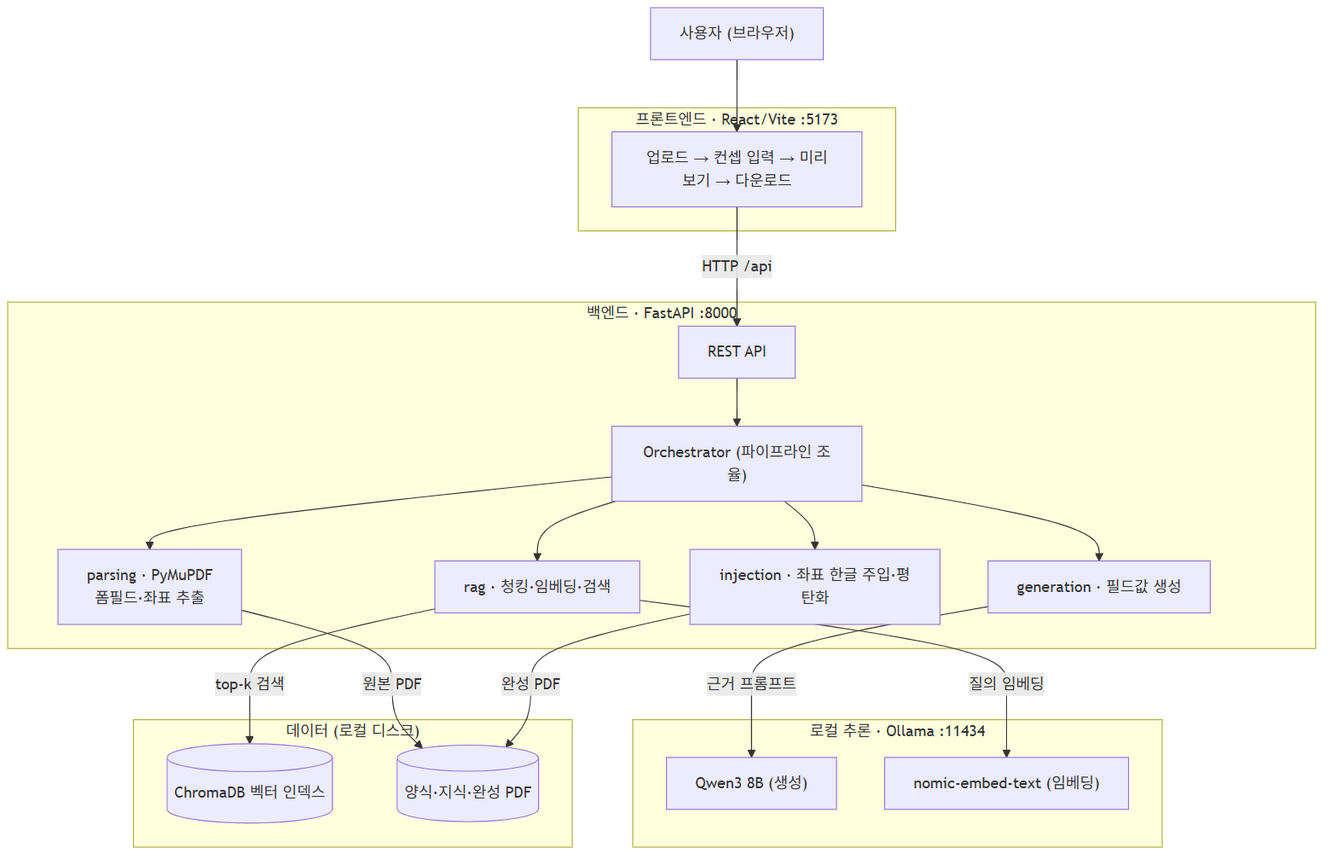
Earlier version of the Mermaid export docs/diagrams/01_architecture.png (car216999/PDF_auto_maker). Its source is kept beside it as docs/diagrams/01_architecture.mmd. Source of this version:
```mermaid
flowchart TB
    U["사용자 (브라우저)"]

    subgraph FE["프론트엔드 · React/Vite :5173"]
        UI["업로드 → 컨셉 입력 → 미리보기 → 다운로드"]
    end

    subgraph BE["백엔드 · FastAPI :8000"]
        API["REST API"]
        ORC["Orchestrator (파이프라인 조율)"]
        P["parsing · PyMuPDF<br/>폼필드·좌표 추출"]
        R["rag · 청킹·임베딩·검색"]
        G["generation · 필드값 생성"]
        I["injection · 좌표 한글 주입·평탄화"]
    end

    subgraph LOCAL["로컬 추론 · Ollama :11434"]
        LLM["Qwen3 8B (생성)"]
        EMB["nomic-embed-text (임베딩)"]
    end

    subgraph DATA["데이터 (로컬 디스크)"]
        CH[("ChromaDB 벡터 인덱스")]
        FS[("양식·지식·완성 PDF")]
    end

    U --> UI
    UI -->|"HTTP /api"| API
    API --> ORC
    ORC --> P
    ORC --> R
    ORC --> G
    ORC --> I
    R -->|"질의 임베딩"| EMB
    R -->|"top-k 검색"| CH
    G -->|"근거 프롬프트"| LLM
    P -->|"원본 PDF"| FS
    I -->|"완성 PDF"| FS
```
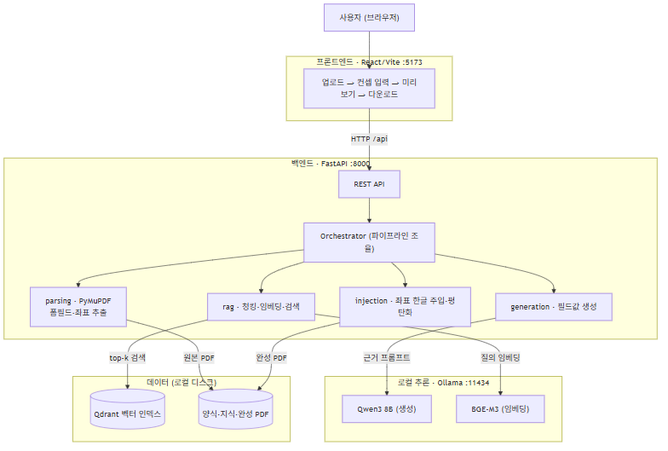
Above is the later version.

Change to the diagram source:
```diff
@@ -16,11 +16,11 @@
 
     subgraph LOCAL["로컬 추론 · Ollama :11434"]
         LLM["Qwen3 8B (생성)"]
-        EMB["nomic-embed-text (임베딩)"]
+        EMB["BGE-M3 (임베딩)"]
     end
 
     subgraph DATA["데이터 (로컬 디스크)"]
-        CH[("ChromaDB 벡터 인덱스")]
+        CH[("Qdrant 벡터 인덱스")]
         FS[("양식·지식·완성 PDF")]
     end
 
```
